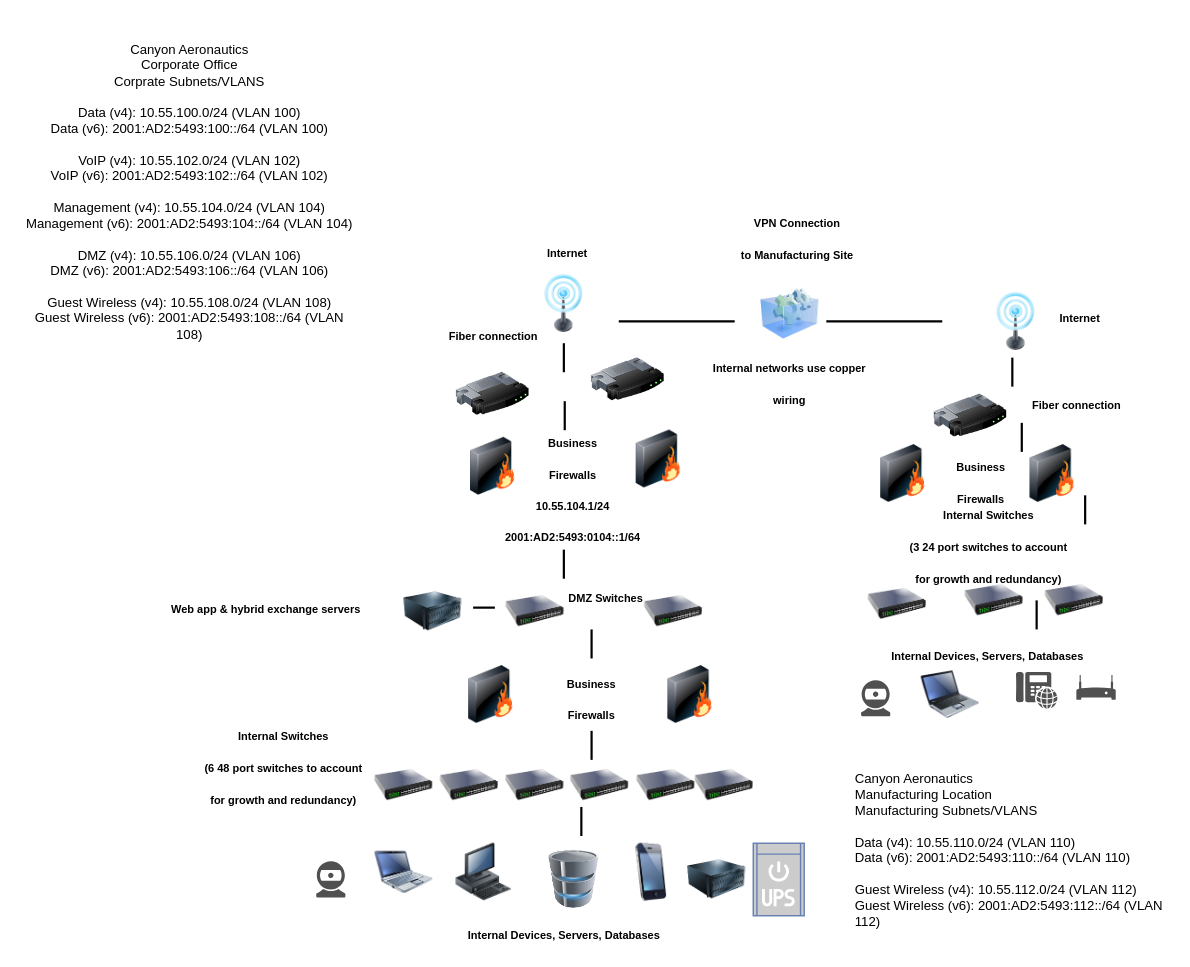
Earlier version of the draw.io diagram netdiagrams/Untitled Diagram.drawio (cyberqueenmeg/itt-116). Source tidied: cells renumbered, new cells numbered last; positions are measured from the earlier drawing's top-left corner, leaving out a move shared by most shapes. Both pictures are drawn from the tidied source at 110%, with x=0, y=0 at pixel (19, 18).
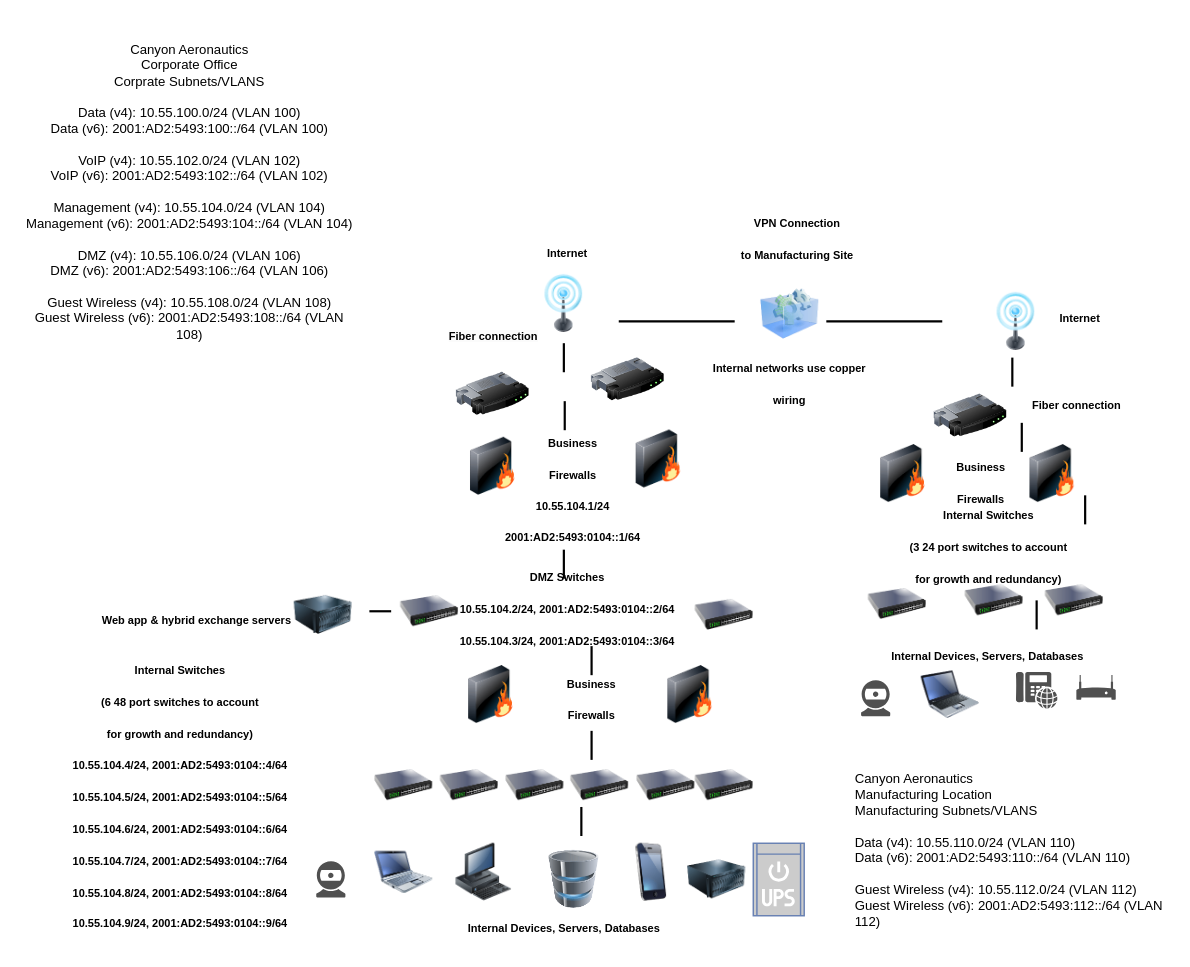
After the change.

The edit, as a diff of the source:
```diff
@@
     <mxCell id="7" value="&lt;font style=&quot;font-size: 10px;&quot;&gt;Internal Devices, Servers, Databases&lt;/font&gt;" style="text;strokeColor=none;fillColor=none;html=1;fontSize=24;fontStyle=1;verticalAlign=middle;align=center;" parent="1" vertex="1">
-      <mxGeometry x="462" y="817" width="66.2" height="26.4" as="geometry" />
+      <mxGeometry x="462" y="809.3" width="66.2" height="26.4" as="geometry" />
     </mxCell>
@@
     <mxCell id="13" style="image;html=1;image=img/lib/clip_art/networking/Switch_128x128.png;" parent="1" vertex="1">
-      <mxGeometry x="442.4" y="516.2" width="53" height="46.1" as="geometry" />
+      <mxGeometry x="346.4" y="516.2" width="53" height="46.1" as="geometry" />
     </mxCell>
@@
     <mxCell id="18" style="image;html=1;image=img/lib/clip_art/computers/Server_128x128.png;" parent="1" vertex="1">
-      <mxGeometry x="349.7" y="512.9" width="53" height="52.7" as="geometry" />
+      <mxGeometry x="250" y="516.2" width="53" height="52.7" as="geometry" />
     </mxCell>
@@
     <mxCell id="25" style="image;html=1;image=img/lib/clip_art/networking/Switch_128x128.png;" parent="1" vertex="1">
-      <mxGeometry x="568.2" y="512.9" width="53" height="52.7" as="geometry" />
+      <mxGeometry x="614.3" y="516.2" width="53" height="52.7" as="geometry" />
     </mxCell>
@@
-    <mxCell id="30" value="&lt;font style=&quot;font-size: 10px;&quot;&gt;DMZ Switches&lt;/font&gt;" style="text;strokeColor=none;fillColor=none;html=1;fontSize=24;fontStyle=1;verticalAlign=middle;align=center;" parent="1" vertex="1">
-      <mxGeometry x="500" y="509.6" width="66.2" height="26.4" as="geometry" />
+    <mxCell id="30" value="&lt;font style=&quot;font-size: 10px;&quot;&gt;DMZ Switches&lt;br&gt;10.55.104.2/24, 2001:AD2:5493:0104::2/64&lt;br&gt;10.55.104.3/24, 2001:AD2:5493:0104::3/64&lt;br&gt;&lt;/font&gt;" style="text;strokeColor=none;fillColor=none;html=1;fontSize=24;fontStyle=1;verticalAlign=middle;align=center;" parent="1" vertex="1">
+      <mxGeometry x="415.7" y="531.4" width="164.2" height="2.6" as="geometry" />
     </mxCell>
-    <mxCell id="31" value="&lt;font style=&quot;font-size: 10px;&quot;&gt;Internal Switches &lt;br&gt;(6 48 port switches to account &lt;br&gt;for growth and redundancy)&lt;/font&gt;" style="text;strokeColor=none;fillColor=none;html=1;fontSize=24;fontStyle=1;verticalAlign=middle;align=center;" parent="1" vertex="1">
-      <mxGeometry x="183.9" y="647.9" width="112.6" height="59.3" as="geometry" />
+    <mxCell id="31" value="&lt;font style=&quot;font-size: 10px;&quot;&gt;Internal Switches &lt;br&gt;(6 48 port switches to account &lt;br&gt;for growth and redundancy)&lt;br&gt;10.55.104.4/24, 2001:AD2:5493:0104::4/64&lt;br&gt;10.55.104.5/24, 2001:AD2:5493:0104::5/64&lt;br&gt;10.55.104.6/24, 2001:AD2:5493:0104::6/64&lt;br&gt;10.55.104.7/24, 2001:AD2:5493:0104::7/64&lt;br&gt;10.55.104.8/24, 2001:AD2:5493:0104::8/64&lt;br&gt;10.55.104.9/24, 2001:AD2:5493:0104::9/64&lt;br&gt;&lt;/font&gt;" style="text;strokeColor=none;fillColor=none;html=1;fontSize=24;fontStyle=1;verticalAlign=middle;align=center;" parent="1" vertex="1">
+      <mxGeometry x="90" y="674.3" width="112.6" height="59.3" as="geometry" />
     </mxCell>
     <mxCell id="32" value="&lt;font style=&quot;font-size: 10px;&quot;&gt;Web app &amp;amp; hybrid exchange servers&lt;/font&gt;" style="text;strokeColor=none;fillColor=none;html=1;fontSize=24;fontStyle=1;verticalAlign=middle;align=center;" parent="1" vertex="1">
-      <mxGeometry x="223.5" y="519.5" height="26.4" as="geometry" />
+      <mxGeometry x="160" y="529.4" height="26.4" as="geometry" />
     </mxCell>
@@
     <mxCell id="53" style="line;strokeWidth=2;direction=south;html=1;" parent="1" vertex="1">
-      <mxGeometry x="517" y="555.7" width="6.6" height="26.4" as="geometry" />
+      <mxGeometry x="517" y="570.9" width="6.6" height="26.4" as="geometry" />
     </mxCell>
@@
     <mxCell id="56" style="line;strokeWidth=2;direction=south;html=1;rotation=90;" parent="1" vertex="1">
-      <mxGeometry x="404.3" y="526" width="36.4" height="19.8" as="geometry" />
+      <mxGeometry x="310" y="529.3" width="36.4" height="19.8" as="geometry" />
     </mxCell>
```
